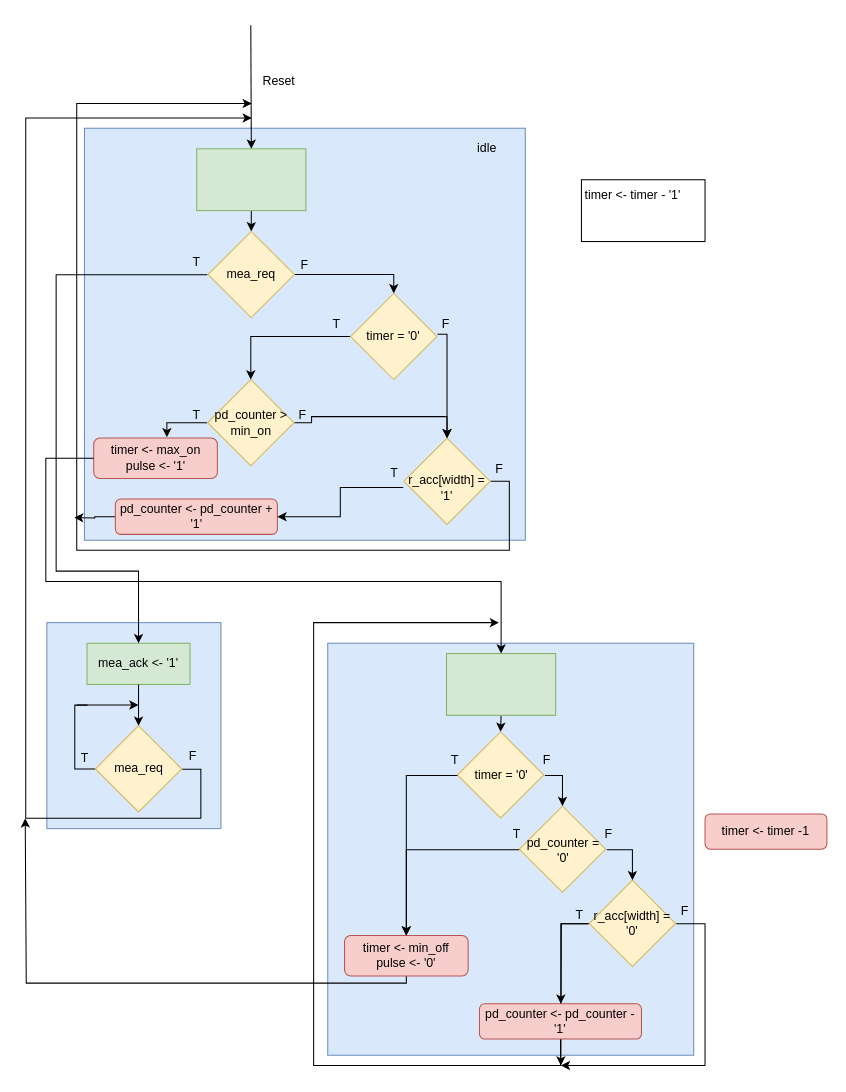
This is Oblig7/pdm_asmd.drawio from jrundht/IN3160, a draw.io file, before an edit. Source tidied: cells renumbered, new cells numbered last; positions are measured from the earlier drawing's top-left corner, leaving out a move shared by most shapes. Both pictures are drawn from the tidied source at 103%, with x=0, y=0 at pixel (25, 25).
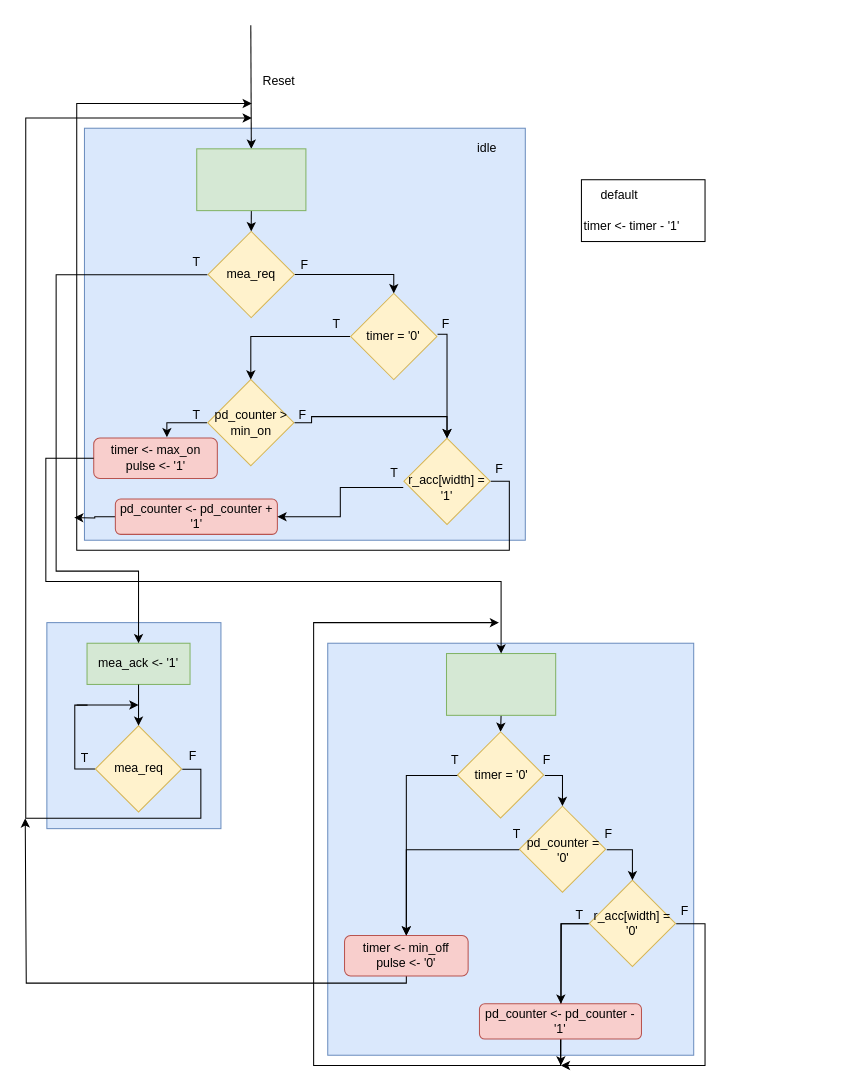
Above is the later version.

Diff of the diagram source:
```diff
@@
     <mxCell id="9" value="timer &amp;lt;- timer - '1'" style="text;html=1;align=center;verticalAlign=middle;whiteSpace=wrap;rounded=0;" parent="1" vertex="1">
-      <mxGeometry x="530" y="150" width="120" height="30" as="geometry" />
+      <mxGeometry x="529" y="180" width="120" height="30" as="geometry" />
     </mxCell>
@@
-    <mxCell id="55" value="timer &amp;lt;- timer -1" style="rounded=1;whiteSpace=wrap;html=1;fillColor=#f8cecc;strokeColor=#b85450;" parent="1" vertex="1">
-      <mxGeometry x="660" y="765.7" width="118.3" height="34.3" as="geometry" />
-    </mxCell>
@@
+    <mxCell id="89" value="default" style="text;html=1;align=center;verticalAlign=middle;whiteSpace=wrap;rounded=0;" parent="1" vertex="1">
+      <mxGeometry x="547" y="150" width="60" height="30" as="geometry" />
+    </mxCell>
```
